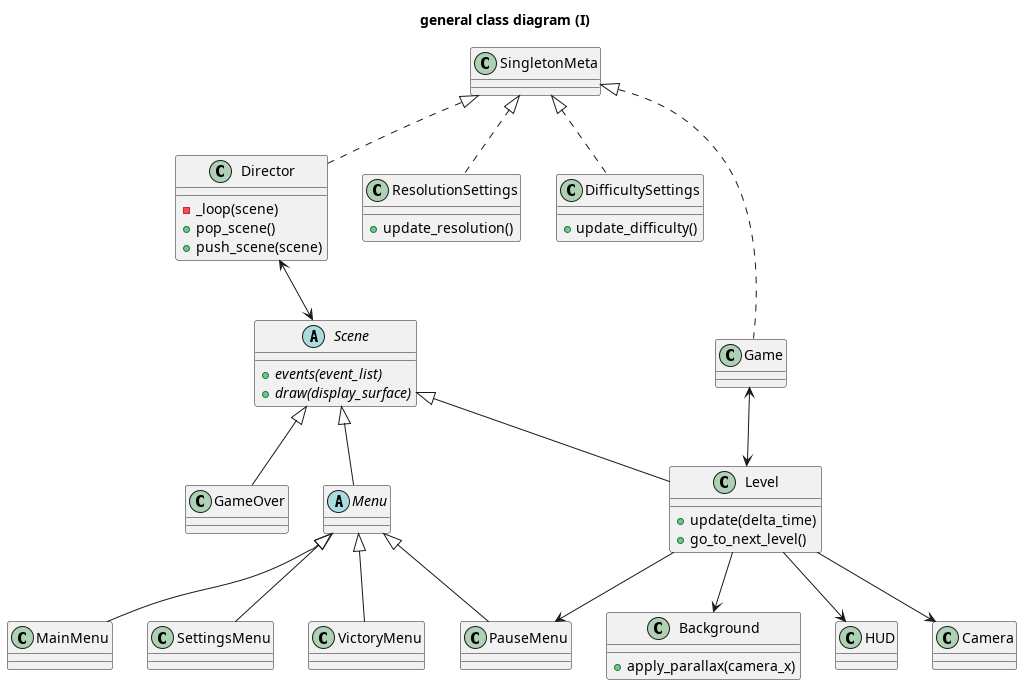
This is docs/images/class/class_diagram_1.png from Tejon-Company/Tejon-Jumper, a PlantUML export, as it was before one commit. Source of this version:
```plantuml
@startuml Class Diagram 1

title general class diagram (I)

class SingletonMeta {

}

class Director {
    - _loop(scene)
    + pop_scene()
    + push_scene(scene)
}

class ResolutionSettings {
    + update_resolution()

}

class DifficultySettings {
    + update_difficulty()
}

class Game {

}

abstract class Scene {
    + events(event_list) {abstract}
    + draw(display_surface) {abstract}
}

class Level {
    + update(delta_time)
    + go_to_next_level()
}

class GameOver {

}

class Camera {

}

class Background {
    + apply_parallax(camera_x)
}

abstract class Menu {

}

class MainMenu {

}

class PauseMenu {

}

class SettingsMenu {

}

class VictoryMenu {

}

class HUD {

}

SingletonMeta <|.. Director
SingletonMeta <|.. ResolutionSettings
SingletonMeta <|.. DifficultySettings
SingletonMeta <|.. Game

Director <--> Scene

Game <--> Level

Scene <|-- Level
Scene <|-- GameOver
Scene <|-- Menu

Level --> Camera
Level --> Background
Level --> HUD
Level --> PauseMenu

Menu <|-- MainMenu
Menu <|-- PauseMenu
Menu <|-- SettingsMenu
Menu <|-- VictoryMenu

@enduml
```
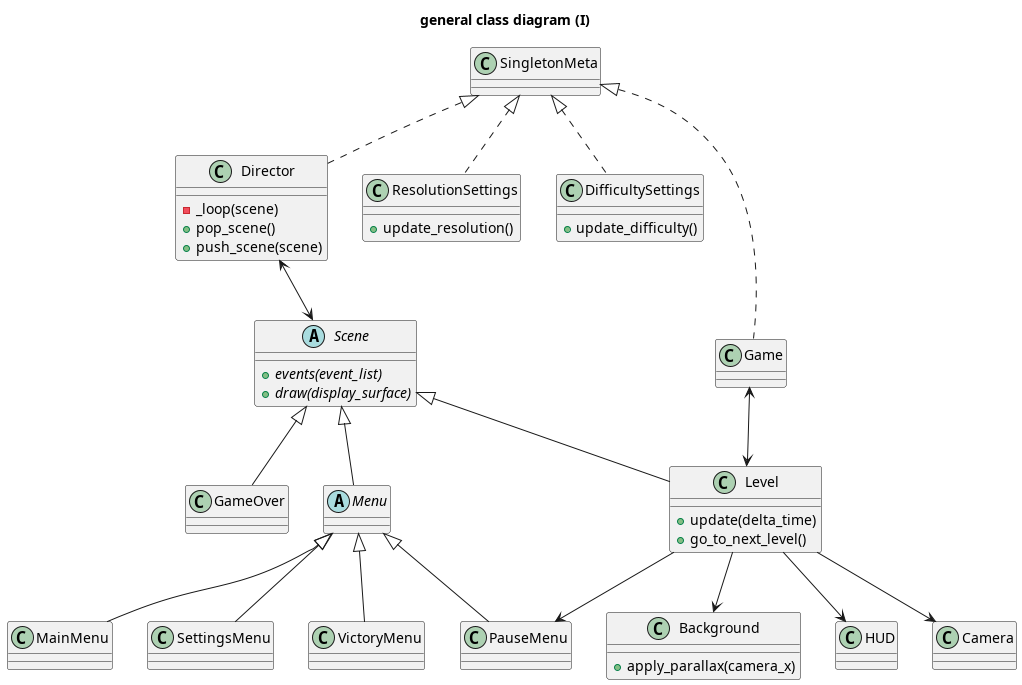
The same diagram one commit later.

What changed in the source:
```diff
@@ -80,7 +80,7 @@
 
 Game <--> Level
 
-Scene <|-- Level
+Scene <|-down- Level
 Scene <|-- GameOver
 Scene <|-- Menu
 
```
